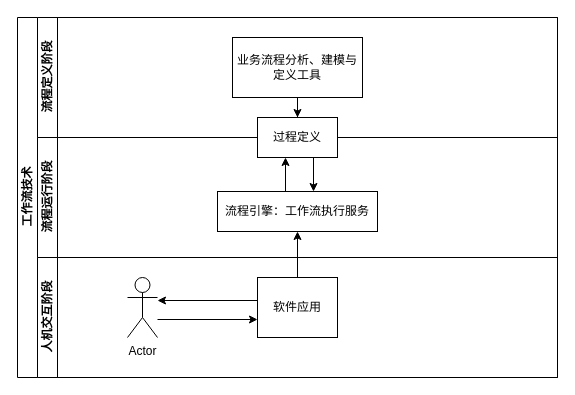
The draw.io diagram 未命名绘图.drawio in linxinqiang90/drawio, before the edit. Source tidied: cells renumbered, new cells numbered last; positions are measured from the earlier drawing's top-left corner, leaving out a move shared by most shapes. Both pictures are drawn from the tidied source at 100%, with x=0, y=0 at pixel (17, 17).
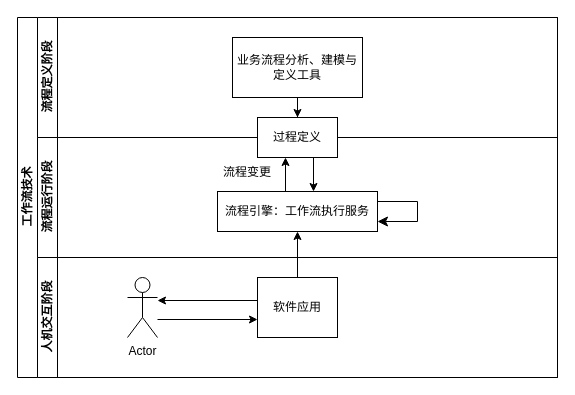
The same diagram, later.

Commit message (it also covers changes not shown here):
更新未命名绘图.drawio

The change refers to these unchanged cells:
```xml
<mxCell id="5" value="流程运行阶段" style="swimlane;html=1;startSize=20;horizontal=0;" parent="2" vertex="1">
  <mxGeometry x="20" y="120" width="520" height="120" as="geometry" />
</mxCell>
<mxCell id="9" value="流程引擎：工作流执行服务" style="rounded=0;whiteSpace=wrap;html=1;" parent="5" vertex="1">
  <mxGeometry x="180" y="54" width="160" height="40" as="geometry" />
</mxCell>
```

Change to the diagram source:
```diff
@@
+    <mxCell id="17" style="edgeStyle=elbowEdgeStyle;elbow=vertical;endArrow=classic;html=1;curved=0;rounded=0;endSize=8;startSize=8;" parent="5" edge="1" source="9" target="9">
+      <mxGeometry relative="1" as="geometry">
+        <Array as="points">
+          <mxPoint x="380" y="74" />
+        </Array>
+      </mxGeometry>
+    </mxCell>
+    <mxCell id="18" value="流程变更" style="text;html=1;align=center;verticalAlign=middle;whiteSpace=wrap;rounded=0;" parent="5" vertex="1">
+      <mxGeometry x="180" y="20" width="60" height="30" as="geometry" />
+    </mxCell>
```
